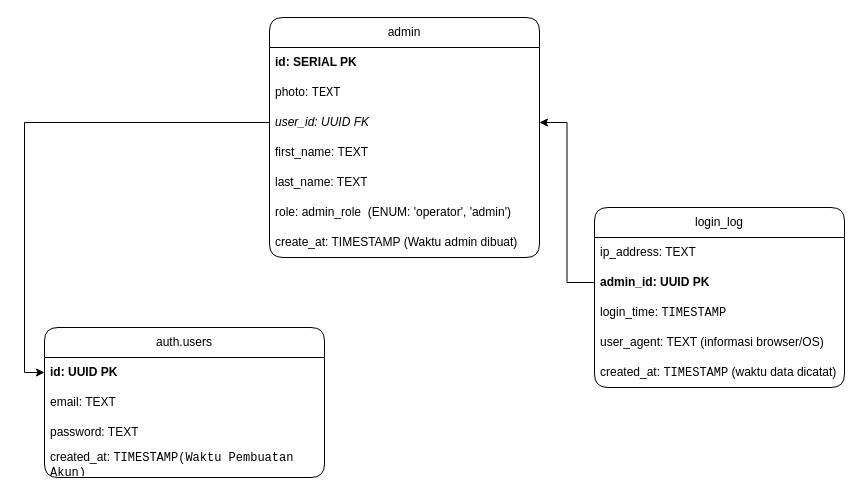
Before: page "ERD LOGIN" (1 of 8) of dba/Logika Autentikasi.drawio in BhinnekaDev/DATABASE-LOKAL-GEOFISIKA-DATABASE, a draw.io diagram. Source tidied: cells renumbered, new cells numbered last; positions are measured from the earlier drawing's top-left corner, leaving out a move shared by most shapes. Both pictures are drawn from the tidied source at 100%, with x=0, y=0 at pixel (44, 17).
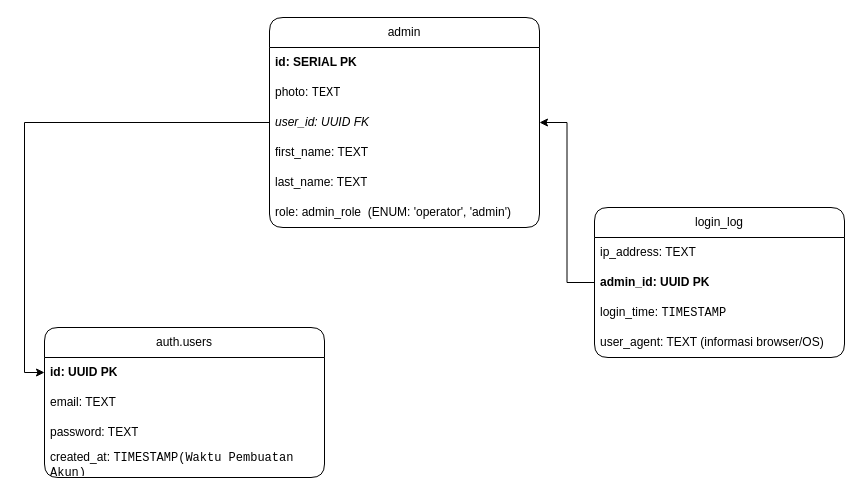
After the change.

Commit message (it also covers changes not shown here):
feat: menambahkan logika sunting admin namun belum dengan validasi

Change to the diagram source:
```diff
@@
     <mxCell id="2" value="admin" style="swimlane;fontStyle=0;horizontal=1;startSize=30;whiteSpace=wrap;html=1;labelBackgroundColor=none;rounded=1;" parent="1" vertex="1">
-      <mxGeometry x="225" width="270" height="240" as="geometry" />
+      <mxGeometry x="225" width="270" height="210" as="geometry" />
     </mxCell>
@@
-    <mxCell id="9" value="create_at: TIMESTAMP (Waktu admin dibuat)" style="text;strokeColor=none;fillColor=none;align=left;verticalAlign=middle;spacingLeft=4;spacingRight=4;overflow=hidden;whiteSpace=wrap;html=1;labelBackgroundColor=none;rounded=1;" parent="2" vertex="1">
-      <mxGeometry y="210" width="270" height="30" as="geometry" />
-    </mxCell>
@@
     <mxCell id="15" value="login_log" style="swimlane;fontStyle=0;horizontal=1;startSize=30;whiteSpace=wrap;html=1;labelBackgroundColor=none;rounded=1;" parent="1" vertex="1">
-      <mxGeometry x="550" y="190" width="250" height="180" as="geometry" />
+      <mxGeometry x="550" y="190" width="250" height="150" as="geometry" />
     </mxCell>
@@
-    <mxCell id="20" value="created_at:&amp;nbsp;&lt;code&gt;TIMESTAMP&lt;/code&gt; (waktu data dicatat)" style="text;strokeColor=none;fillColor=none;align=left;verticalAlign=middle;spacingLeft=4;spacingRight=4;overflow=hidden;whiteSpace=wrap;html=1;labelBackgroundColor=none;rounded=1;" parent="15" vertex="1">
-      <mxGeometry y="150" width="250" height="30" as="geometry" />
-    </mxCell>
```
